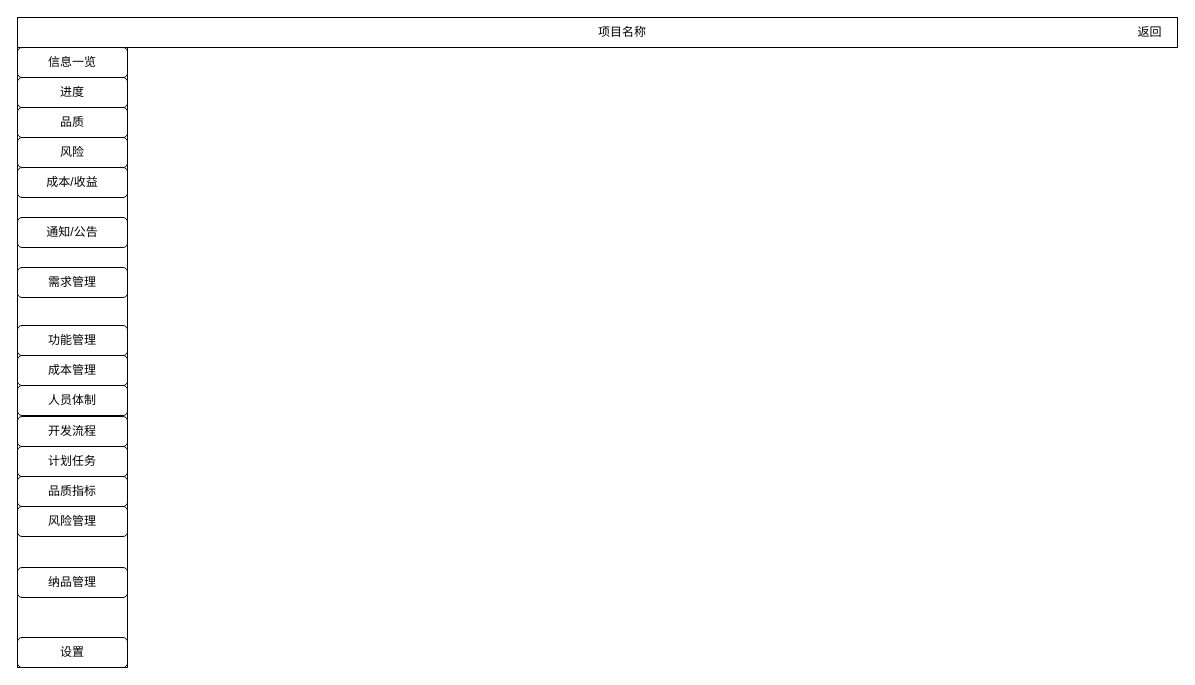
Above: page "pm-project-detail" (4 of 19) of project-in-action/software-develop-management-system/doc/design/ui/sdms.drawio in callistoctopus/project-all-in-one (draw.io), before the change. Source tidied: cells renumbered, new cells numbered last; positions are measured from the earlier drawing's top-left corner, leaving out a move shared by most shapes. Both pictures are drawn from the tidied source at 100%, with x=0, y=0 at pixel (17, 17).
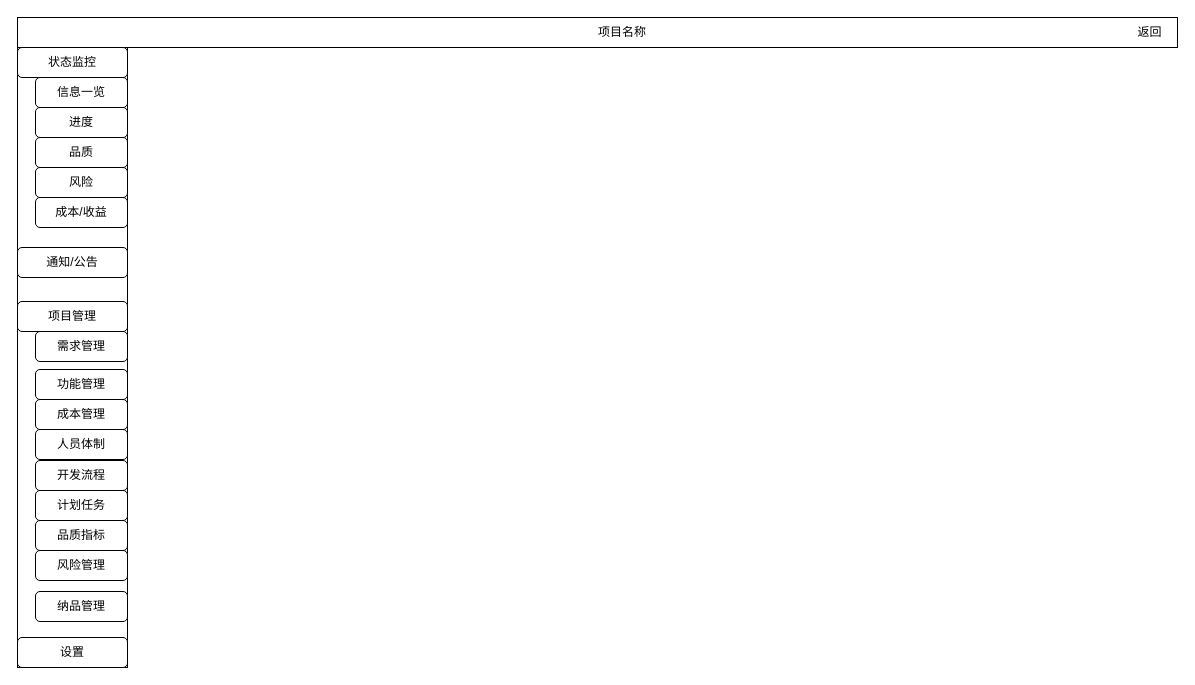
The same page after the edit.

What changed in the source:
```diff
@@
-    <mxCell id="4" value="信息一览" style="rounded=1;whiteSpace=wrap;html=1;" parent="1" vertex="1">
+    <mxCell id="4" value="状态监控" style="rounded=1;whiteSpace=wrap;html=1;" parent="1" vertex="1">
       <mxGeometry y="30" width="110" height="30" as="geometry" />
     </mxCell>
     <mxCell id="5" value="计划任务" style="rounded=1;whiteSpace=wrap;html=1;" parent="1" vertex="1">
-      <mxGeometry y="429" width="110" height="30" as="geometry" />
+      <mxGeometry x="18" y="473" width="92" height="30" as="geometry" />
     </mxCell>
     <mxCell id="6" value="进度" style="rounded=1;whiteSpace=wrap;html=1;" parent="1" vertex="1">
-      <mxGeometry y="60" width="110" height="30" as="geometry" />
+      <mxGeometry x="18" y="90" width="92" height="30" as="geometry" />
     </mxCell>
     <mxCell id="7" value="品质" style="rounded=1;whiteSpace=wrap;html=1;" parent="1" vertex="1">
-      <mxGeometry y="90" width="110" height="30" as="geometry" />
+      <mxGeometry x="18" y="120" width="92" height="30" as="geometry" />
     </mxCell>
     <mxCell id="8" value="风险" style="rounded=1;whiteSpace=wrap;html=1;" parent="1" vertex="1">
-      <mxGeometry y="120" width="110" height="30" as="geometry" />
+      <mxGeometry x="18" y="150" width="92" height="30" as="geometry" />
     </mxCell>
     <mxCell id="9" value="成本/收益" style="rounded=1;whiteSpace=wrap;html=1;" parent="1" vertex="1">
-      <mxGeometry y="150" width="110" height="30" as="geometry" />
+      <mxGeometry x="18" y="180" width="92" height="30" as="geometry" />
     </mxCell>
     <mxCell id="10" value="开发流程" style="rounded=1;whiteSpace=wrap;html=1;" parent="1" vertex="1">
-      <mxGeometry y="399" width="110" height="30" as="geometry" />
+      <mxGeometry x="18" y="443" width="92" height="30" as="geometry" />
     </mxCell>
     <mxCell id="11" value="人员体制" style="rounded=1;whiteSpace=wrap;html=1;" parent="1" vertex="1">
-      <mxGeometry y="368" width="110" height="30" as="geometry" />
+      <mxGeometry x="18" y="412" width="92" height="30" as="geometry" />
     </mxCell>
     <mxCell id="12" value="品质指标" style="rounded=1;whiteSpace=wrap;html=1;" parent="1" vertex="1">
-      <mxGeometry y="459" width="110" height="30" as="geometry" />
+      <mxGeometry x="18" y="503" width="92" height="30" as="geometry" />
     </mxCell>
     <mxCell id="13" value="风险管理" style="rounded=1;whiteSpace=wrap;html=1;" parent="1" vertex="1">
-      <mxGeometry y="489" width="110" height="30" as="geometry" />
+      <mxGeometry x="18" y="533" width="92" height="30" as="geometry" />
     </mxCell>
     <mxCell id="14" value="成本管理" style="rounded=1;whiteSpace=wrap;html=1;" parent="1" vertex="1">
-      <mxGeometry y="338" width="110" height="30" as="geometry" />
+      <mxGeometry x="18" y="382" width="92" height="30" as="geometry" />
     </mxCell>
     <mxCell id="15" value="通知/公告" style="rounded=1;whiteSpace=wrap;html=1;" parent="1" vertex="1">
-      <mxGeometry y="200" width="110" height="30" as="geometry" />
+      <mxGeometry y="230" width="110" height="30" as="geometry" />
     </mxCell>
@@
     <mxCell id="19" value="功能管理" style="rounded=1;whiteSpace=wrap;html=1;" parent="1" vertex="1">
-      <mxGeometry y="308" width="110" height="30" as="geometry" />
+      <mxGeometry x="18" y="352" width="92" height="30" as="geometry" />
     </mxCell>
     <mxCell id="20" value="需求管理" style="rounded=1;whiteSpace=wrap;html=1;" parent="1" vertex="1">
-      <mxGeometry y="250" width="110" height="30" as="geometry" />
+      <mxGeometry x="18" y="314" width="92" height="30" as="geometry" />
     </mxCell>
     <mxCell id="21" value="纳品管理" style="rounded=1;whiteSpace=wrap;html=1;" parent="1" vertex="1">
-      <mxGeometry y="550" width="110" height="30" as="geometry" />
+      <mxGeometry x="18" y="574" width="92" height="30" as="geometry" />
     </mxCell>
+    <mxCell id="22" value="项目管理" style="rounded=1;whiteSpace=wrap;html=1;" parent="1" vertex="1">
+      <mxGeometry y="284" width="110" height="30" as="geometry" />
+    </mxCell>
+    <mxCell id="23" value="信息一览" style="rounded=1;whiteSpace=wrap;html=1;" parent="1" vertex="1">
+      <mxGeometry x="18" y="60" width="92" height="30" as="geometry" />
+    </mxCell>
```
